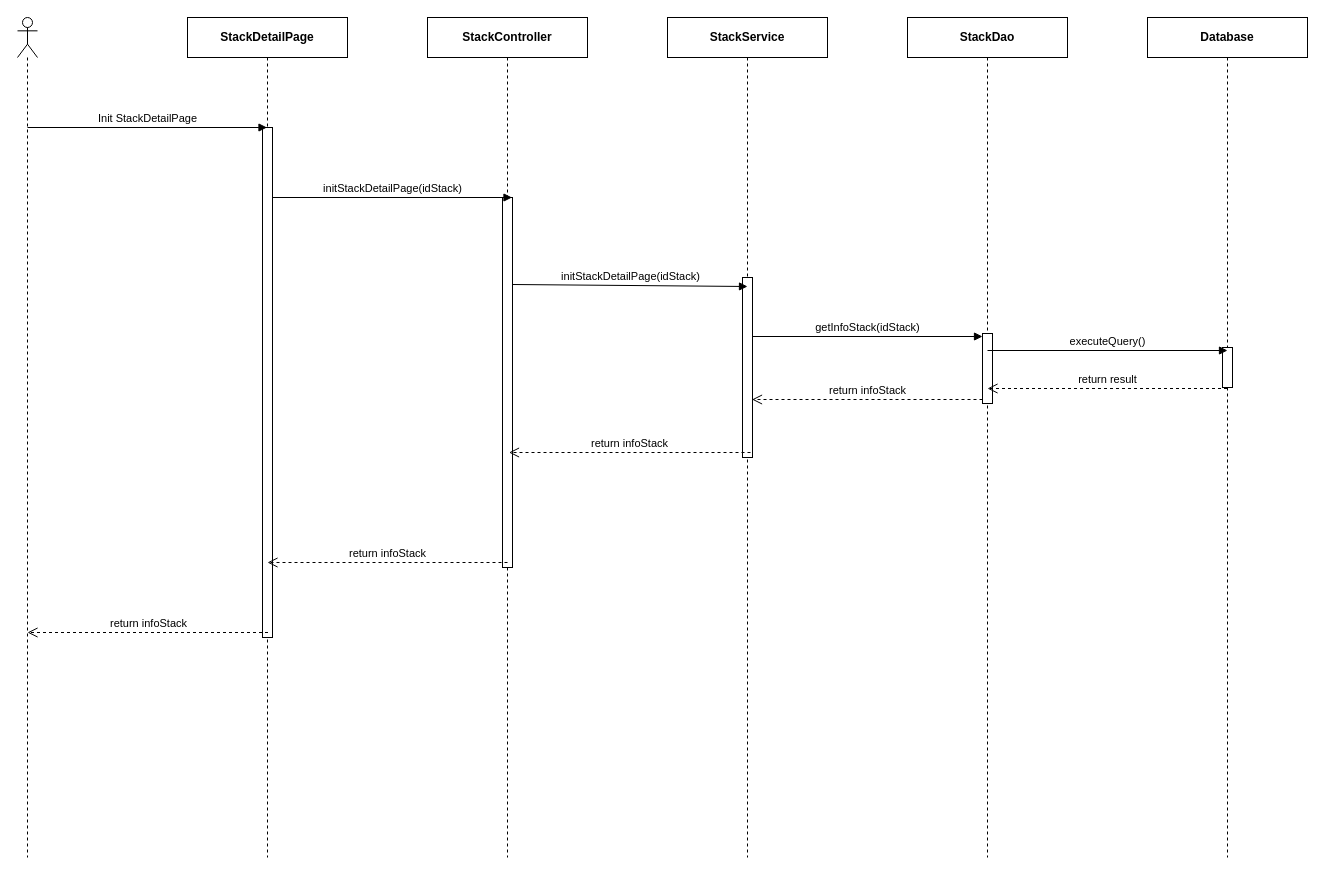
Above: page "Ev01" (1 of 6) of 0. Create/Sequece/sc03/SC0301_StackDetail.drawio in luannmdev/CapstoneDocument (draw.io), before the change. Source tidied: cells renumbered, new cells numbered last; positions are measured from the earlier drawing's top-left corner, leaving out a move shared by most shapes. Both pictures are drawn from the tidied source at 100%, with x=0, y=0 at pixel (17, 17).
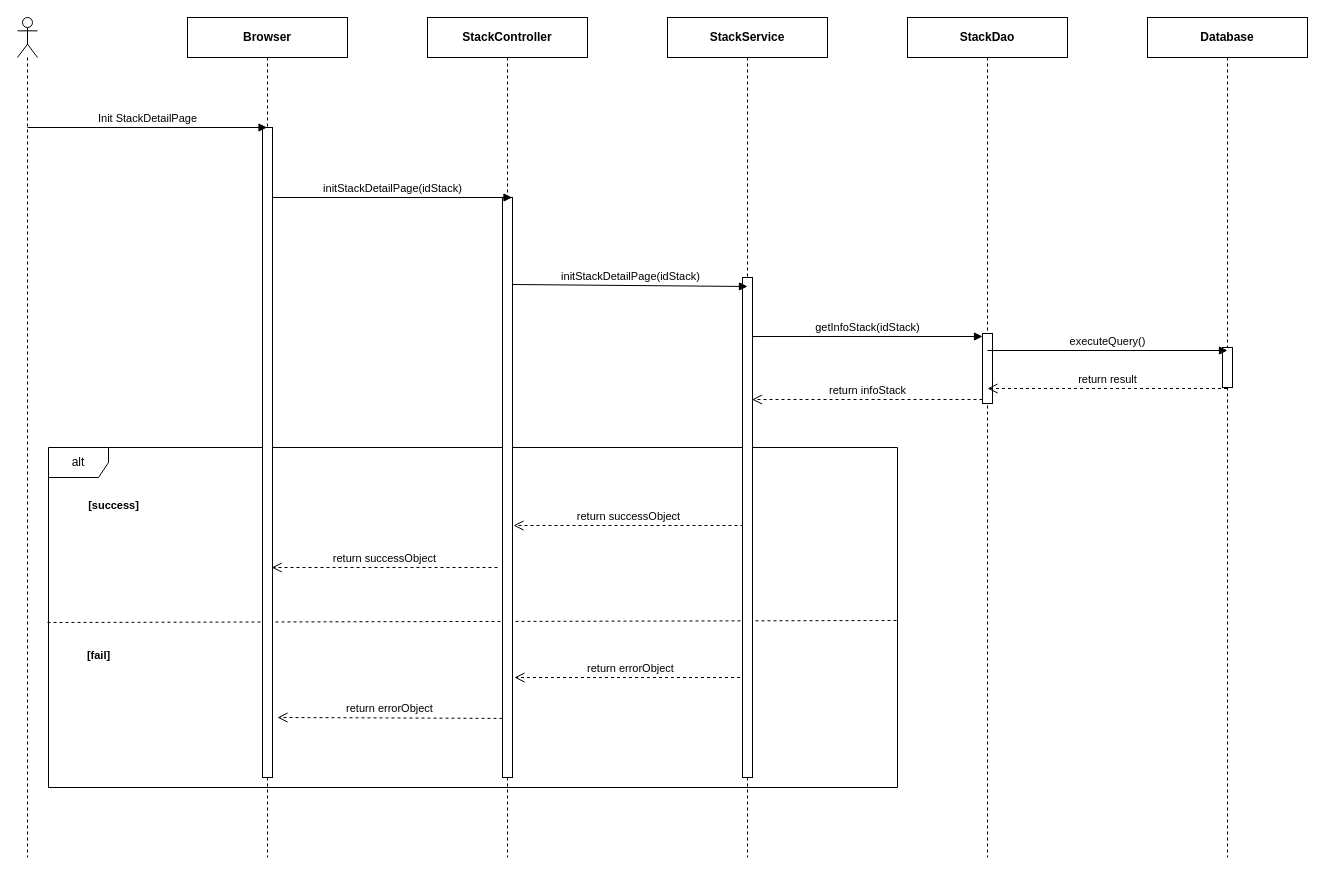
After the change.

Unchanged cells that the change refers to:
```xml
<mxCell id="9" value="&lt;b&gt;StackService&lt;/b&gt;" style="shape=umlLifeline;perimeter=lifelinePerimeter;whiteSpace=wrap;html=1;" parent="1" vertex="1">
  <mxGeometry x="650" width="160" height="840" as="geometry" />
</mxCell>
<mxCell id="11" value="&lt;b&gt;StackController&lt;/b&gt;" style="shape=umlLifeline;perimeter=lifelinePerimeter;whiteSpace=wrap;html=1;" parent="1" vertex="1">
  <mxGeometry x="410" width="160" height="840" as="geometry" />
</mxCell>
```

Diff of the diagram source:
```diff
@@
+    <mxCell id="23" value="alt" style="shape=umlFrame;whiteSpace=wrap;html=1;" parent="1" vertex="1">
+      <mxGeometry x="31" y="430" width="849" height="340" as="geometry" />
+    </mxCell>
+    <mxCell id="24" value="return successObject" style="html=1;verticalAlign=bottom;endArrow=open;dashed=1;endSize=8;" parent="1" edge="1">
+      <mxGeometry relative="1" as="geometry">
+        <mxPoint x="726" y="508" as="sourcePoint" />
+        <mxPoint x="496" y="508" as="targetPoint" />
+      </mxGeometry>
+    </mxCell>
+    <mxCell id="25" value="return successObject" style="html=1;verticalAlign=bottom;endArrow=open;dashed=1;endSize=8;" parent="1" edge="1">
+      <mxGeometry relative="1" as="geometry">
+        <mxPoint x="480" y="550" as="sourcePoint" />
+        <mxPoint x="254.2" y="550" as="targetPoint" />
+      </mxGeometry>
+    </mxCell>
+    <mxCell id="26" style="endArrow=none;dashed=1;html=1;exitX=-0.001;exitY=0.303;exitDx=0;exitDy=0;exitPerimeter=0;" parent="1" edge="1">
+      <mxGeometry relative="1" as="geometry">
+        <mxPoint x="30" y="605" as="sourcePoint" />
+        <mxPoint x="880" y="603" as="targetPoint" />
+      </mxGeometry>
+    </mxCell>
+    <mxCell id="27" value="&lt;span style=&quot;font-size: 11px ; background-color: rgb(255 , 255 , 255)&quot;&gt;&lt;b&gt;[success]&lt;/b&gt;&lt;/span&gt;" style="text;html=1;align=center;verticalAlign=middle;" parent="1" vertex="1">
+      <mxGeometry x="61" y="478" width="70" height="20" as="geometry" />
+    </mxCell>
+    <mxCell id="28" value="&lt;span style=&quot;font-size: 11px ; background-color: rgb(255 , 255 , 255)&quot;&gt;&lt;b&gt;[fail]&lt;/b&gt;&lt;/span&gt;" style="text;html=1;align=center;verticalAlign=middle;" parent="1" vertex="1">
+      <mxGeometry x="61" y="628" width="40" height="20" as="geometry" />
+    </mxCell>
+    <mxCell id="29" value="return errorObject" style="html=1;verticalAlign=bottom;endArrow=open;dashed=1;endSize=8;" parent="1" edge="1">
+      <mxGeometry relative="1" as="geometry">
+        <mxPoint x="728.5" y="660" as="sourcePoint" />
+        <mxPoint x="497" y="660" as="targetPoint" />
+      </mxGeometry>
+    </mxCell>
+    <mxCell id="30" value="return errorObject" style="html=1;verticalAlign=bottom;endArrow=open;dashed=1;endSize=8;exitX=0;exitY=0.93;exitDx=0;exitDy=0;exitPerimeter=0;" parent="1" edge="1">
+      <mxGeometry relative="1" as="geometry">
+        <mxPoint x="485" y="700.9" as="sourcePoint" />
+        <mxPoint x="260" y="700" as="targetPoint" />
+      </mxGeometry>
+    </mxCell>
@@
-    <mxCell id="3" value="&lt;b&gt;StackDetailPage&lt;/b&gt;" style="shape=umlLifeline;perimeter=lifelinePerimeter;whiteSpace=wrap;html=1;outlineConnect=0;" parent="1" vertex="1">
+    <mxCell id="3" value="&lt;b&gt;Browser&lt;/b&gt;" style="shape=umlLifeline;perimeter=lifelinePerimeter;whiteSpace=wrap;html=1;outlineConnect=0;" parent="1" vertex="1">
       <mxGeometry x="170" width="160" height="840" as="geometry" />
     </mxCell>
     <mxCell id="4" style="html=1;perimeter=orthogonalPerimeter;" parent="3" vertex="1">
-      <mxGeometry x="75" y="110" width="10" height="510" as="geometry" />
+      <mxGeometry x="75" y="110" width="10" height="650" as="geometry" />
     </mxCell>
@@
     <mxCell id="10" style="html=1;perimeter=orthogonalPerimeter;" parent="9" vertex="1">
-      <mxGeometry x="75" y="260" width="10" height="180" as="geometry" />
+      <mxGeometry x="75" y="260" width="10" height="500" as="geometry" />
     </mxCell>
@@
     <mxCell id="12" style="html=1;perimeter=orthogonalPerimeter;" parent="11" vertex="1">
-      <mxGeometry x="75" y="180" width="10" height="370" as="geometry" />
+      <mxGeometry x="75" y="180" width="10" height="580" as="geometry" />
     </mxCell>
@@
-    <mxCell id="16" value="return infoStack" style="html=1;verticalAlign=bottom;endArrow=open;dashed=1;endSize=8;" parent="1" edge="1">
-      <mxGeometry relative="1" as="geometry">
-        <mxPoint x="733" y="435" as="sourcePoint" />
-        <mxPoint x="491.5" y="435" as="targetPoint" />
-      </mxGeometry>
-    </mxCell>
@@
-    <mxCell id="21" value="return infoStack" style="html=1;verticalAlign=bottom;endArrow=open;dashed=1;endSize=8;" parent="1" edge="1">
-      <mxGeometry relative="1" as="geometry">
-        <mxPoint x="490" y="545" as="sourcePoint" />
-        <mxPoint x="250" y="545" as="targetPoint" />
-      </mxGeometry>
-    </mxCell>
-    <mxCell id="22" value="return infoStack" style="html=1;verticalAlign=bottom;endArrow=open;dashed=1;endSize=8;" parent="1" edge="1">
-      <mxGeometry relative="1" as="geometry">
-        <mxPoint x="250.5" y="615" as="sourcePoint" />
-        <mxPoint x="10" y="615" as="targetPoint" />
-      </mxGeometry>
-    </mxCell>
```
